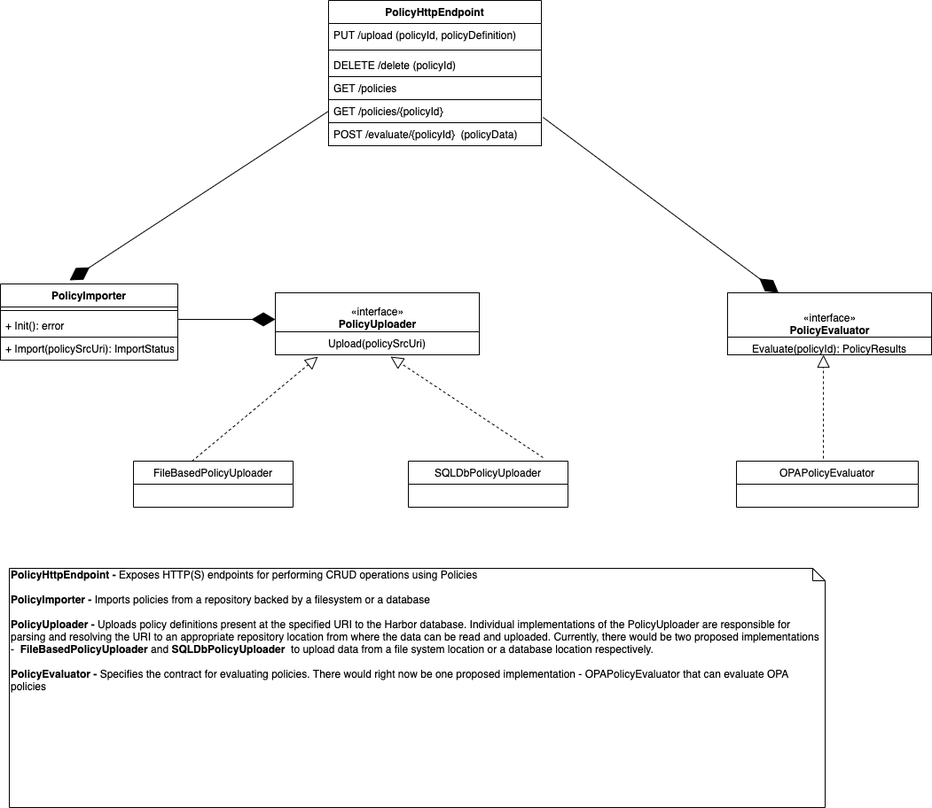
Above: proposals/images/opaintegration/Harbor_Policy_Agent_Detailed_View.png in goharbor/community (draw.io), before the change. Source tidied: cells renumbered, new cells last; positions are measured from the earlier drawing's top-left corner, leaving out a move shared by most shapes. Source of this version:
```xml
<mxGraphModel>
  <root>
    <mxCell id="0" />
    <mxCell id="1" parent="0" />
    <mxCell id="2" value="«interface»&lt;br&gt;&lt;b&gt;PolicyUploader&lt;br&gt;&lt;br&gt;&lt;/b&gt;" style="html=1;" parent="1" vertex="1">
      <mxGeometry x="310" y="330" width="230" height="70" as="geometry" />
    </mxCell>
    <mxCell id="3" value="FileBasedPolicyUploader" style="swimlane;fontStyle=0;horizontal=1;startSize=26;fillColor=none;" parent="1" vertex="1">
      <mxGeometry x="150" y="520" width="180" height="52" as="geometry" />
    </mxCell>
    <mxCell id="4" value="SQLDbPolicyUploader" style="swimlane;fontStyle=0;horizontal=1;startSize=26;fillColor=none;" parent="1" vertex="1">
      <mxGeometry x="460" y="520" width="180" height="52" as="geometry" />
    </mxCell>
    <mxCell id="5" value="Upload(policySrcUri)" style="text;strokeColor=#000000;fillColor=none;align=center;verticalAlign=top;spacingLeft=4;spacingRight=4;overflow=hidden;points=[[0,0.5],[1,0.5]];portConstraint=eastwest;" parent="1" vertex="1">
      <mxGeometry x="310" y="374" width="230" height="26" as="geometry" />
    </mxCell>
    <mxCell id="6" style="endArrow=block;dashed=1;endFill=0;endSize=12;html=1;exitX=0.367;exitY=0;exitDx=0;exitDy=0;exitPerimeter=0;entryX=0.209;entryY=1.077;entryDx=0;entryDy=0;entryPerimeter=0;" parent="1" edge="1" source="3" target="5">
      <mxGeometry relative="1" as="geometry" />
    </mxCell>
    <mxCell id="7" style="endArrow=block;dashed=1;endFill=0;endSize=12;html=1;exitX=0.844;exitY=-0.077;exitDx=0;exitDy=0;exitPerimeter=0;" parent="1" edge="1" source="4">
      <mxGeometry relative="1" as="geometry">
        <mxPoint x="440" y="402" as="targetPoint" />
      </mxGeometry>
    </mxCell>
    <mxCell id="8" style="group;" parent="1" vertex="1">
      <mxGeometry y="320" width="200" height="112" as="geometry" />
    </mxCell>
    <mxCell id="9" value="PolicyImporter" style="swimlane;fontStyle=1;align=center;verticalAlign=top;horizontal=1;startSize=26;strokeColor=#000000;" parent="8" vertex="1">
      <mxGeometry width="200" height="86" as="geometry" />
    </mxCell>
    <mxCell id="10" style="line;strokeWidth=1;fillColor=none;align=left;verticalAlign=middle;spacingTop=-1;spacingLeft=3;spacingRight=3;labelPosition=right;" parent="9" vertex="1">
      <mxGeometry y="26" width="200" height="8" as="geometry" />
    </mxCell>
    <mxCell id="11" value="+ Init(): error" style="text;strokeColor=none;fillColor=none;align=left;verticalAlign=top;spacingLeft=4;spacingRight=4;overflow=hidden;" parent="9" vertex="1">
      <mxGeometry y="34" width="200" height="26" as="geometry" />
    </mxCell>
    <mxCell id="12" value="+ Import(policySrcUri): ImportStatus, error" style="text;strokeColor=#000000;fillColor=none;align=left;verticalAlign=top;spacingLeft=4;spacingRight=4;overflow=hidden;" parent="9" vertex="1">
      <mxGeometry y="60" width="200" height="26" as="geometry" />
    </mxCell>
    <mxCell id="13" style="endArrow=diamondThin;endFill=1;endSize=24;html=1;" parent="1" edge="1">
      <mxGeometry relative="1" as="geometry">
        <mxPoint x="200" y="360" as="sourcePoint" />
        <mxPoint x="310" y="360" as="targetPoint" />
      </mxGeometry>
    </mxCell>
    <mxCell id="14" style="group;" parent="1" vertex="1">
      <mxGeometry x="370" width="240" height="164" as="geometry" />
    </mxCell>
    <mxCell id="15" style="group;" parent="14" vertex="1">
      <mxGeometry width="240" height="164" as="geometry" />
    </mxCell>
    <mxCell id="16" value="PolicyHttpEndpoint" style="swimlane;fontStyle=1;align=center;verticalAlign=top;horizontal=1;startSize=26;strokeColor=#000000;" parent="15" vertex="1">
      <mxGeometry width="240" height="86" as="geometry" />
    </mxCell>
    <mxCell id="17" value="PUT /upload (policyId, policyDefinition)" style="text;strokeColor=none;fillColor=none;align=left;verticalAlign=top;spacingLeft=4;spacingRight=4;overflow=hidden;" parent="16" vertex="1">
      <mxGeometry y="26" width="240" height="26" as="geometry" />
    </mxCell>
    <mxCell id="18" style="line;strokeWidth=1;fillColor=none;align=left;verticalAlign=middle;spacingTop=-1;spacingLeft=3;spacingRight=3;labelPosition=right;" parent="16" vertex="1">
      <mxGeometry y="52" width="240" height="8" as="geometry" />
    </mxCell>
    <mxCell id="19" value="DELETE /delete (policyId)" style="text;strokeColor=none;fillColor=none;align=left;verticalAlign=top;spacingLeft=4;spacingRight=4;overflow=hidden;" parent="16" vertex="1">
      <mxGeometry y="60" width="240" height="26" as="geometry" />
    </mxCell>
    <mxCell id="20" value="GET /policies" style="text;strokeColor=#000000;fillColor=none;align=left;verticalAlign=top;spacingLeft=4;spacingRight=4;overflow=hidden;" parent="15" vertex="1">
      <mxGeometry y="86" width="240" height="26" as="geometry" />
    </mxCell>
    <mxCell id="21" value="GET /policies/{policyId}" style="text;strokeColor=#000000;fillColor=none;align=left;verticalAlign=top;spacingLeft=4;spacingRight=4;overflow=hidden;points=[[0,0.5],[1,0.5]];portConstraint=eastwest;" parent="15" vertex="1">
      <mxGeometry y="112" width="240" height="26" as="geometry" />
    </mxCell>
    <mxCell id="22" value="POST /evaluate/{policyId}  (policyData)" style="text;strokeColor=#000000;fillColor=none;align=left;verticalAlign=top;spacingLeft=4;spacingRight=4;overflow=hidden;" parent="15" vertex="1">
      <mxGeometry y="138" width="240" height="26" as="geometry" />
    </mxCell>
    <mxCell id="23" value="OPAPolicyEvaluator" style="swimlane;fontStyle=0;horizontal=1;startSize=26;fillColor=none;" parent="1" vertex="1">
      <mxGeometry x="830" y="520" width="205" height="52" as="geometry" />
    </mxCell>
    <mxCell id="24" style="endArrow=block;dashed=1;endFill=0;endSize=12;html=1;entryX=0.47;entryY=1;entryDx=0;entryDy=0;entryPerimeter=0;" parent="1" edge="1" target="26">
      <mxGeometry relative="1" as="geometry">
        <mxPoint x="928" y="517" as="sourcePoint" />
      </mxGeometry>
    </mxCell>
    <mxCell id="25" style="group;" parent="1" vertex="1">
      <mxGeometry x="820" y="330" width="230" height="70" as="geometry" />
    </mxCell>
    <mxCell id="26" value="«interface»&lt;br&gt;&lt;b&gt;PolicyEvaluator&lt;/b&gt;" style="html=1;" parent="25" vertex="1">
      <mxGeometry width="230" height="70" as="geometry" />
    </mxCell>
    <mxCell id="27" value="Evaluate(policyId): PolicyResults" style="text;strokeColor=#000000;fillColor=none;align=center;verticalAlign=top;spacingLeft=4;spacingRight=4;overflow=hidden;" parent="25" vertex="1">
      <mxGeometry y="50" width="230" height="20" as="geometry" />
    </mxCell>
    <mxCell id="28" style="endArrow=diamondThin;endFill=1;endSize=24;html=1;entryX=0.25;entryY=0;entryDx=0;entryDy=0;exitX=1.008;exitY=0.769;exitDx=0;exitDy=0;exitPerimeter=0;" parent="1" edge="1" source="21" target="26">
      <mxGeometry relative="1" as="geometry" />
    </mxCell>
    <mxCell id="29" value="&lt;b&gt;PolicyHttpEndpoint - &lt;/b&gt;Exposes HTTP(S) endpoints for performing CRUD operations using Policies&lt;br&gt;&lt;br&gt;&lt;b&gt;PolicyImporter - &lt;/b&gt;Imports policies from a repository backed by a filesystem or a database&lt;br&gt;&lt;br&gt;&lt;b&gt;PolicyUploader - &lt;/b&gt;Uploads policy definitions present at the specified URI to the Harbor database. Individual implementations of the PolicyUploader are responsible for parsing and resolving the URI to an appropriate repository location from where the data can be read and uploaded. Currently, there would be two proposed implementations -&lt;b&gt;&amp;nbsp; FileBasedPolicyUploader &lt;/b&gt;and&lt;b&gt; SQLDbPolicyUploader&amp;nbsp;&lt;/b&gt;&amp;nbsp;to upload data from a file system location or a database location respectively.&lt;br&gt;&lt;br&gt;&lt;b&gt;PolicyEvaluator - &lt;/b&gt;Specifies the contract for evaluating policies. There would right now be one proposed implementation - OPAPolicyEvaluator that can evaluate OPA policies" style="shape=note;whiteSpace=wrap;html=1;size=14;verticalAlign=top;align=left;spacingTop=-6;strokeColor=#000000;" parent="1" vertex="1">
      <mxGeometry x="10" y="641" width="920" height="270" as="geometry" />
    </mxCell>
    <mxCell id="30" style="endArrow=diamondThin;endFill=1;endSize=24;html=1;entryX=0.39;entryY=-0.047;entryDx=0;entryDy=0;exitX=0;exitY=0.5;exitDx=0;exitDy=0;entryPerimeter=0;" parent="1" edge="1" source="21" target="9">
      <mxGeometry relative="1" as="geometry" />
    </mxCell>
  </root>
</mxGraphModel>
```
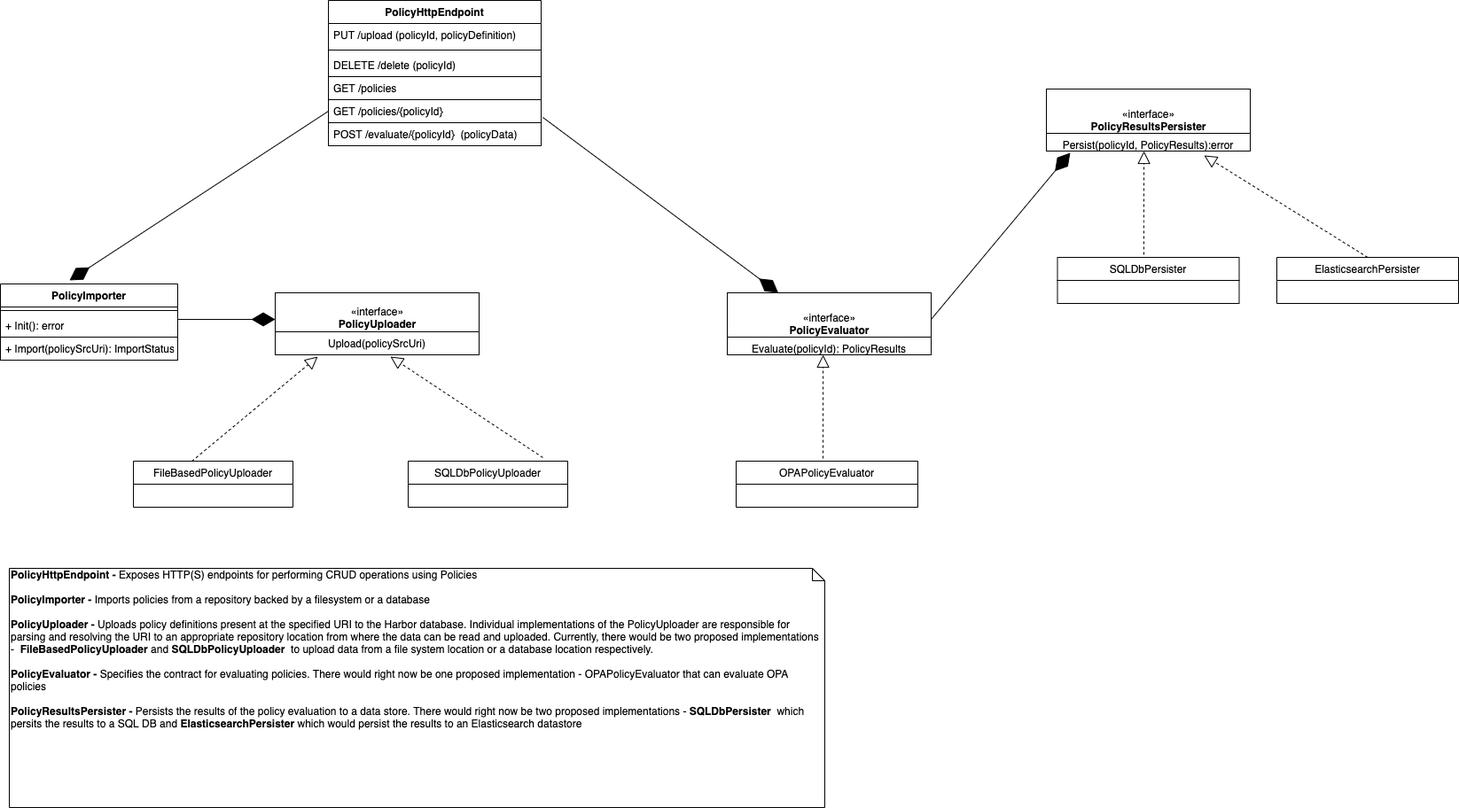
After the change.

Commit message:
Modifying low level component diagram and sequence diagram to also highlight the policy results persistence layers

The edit, as a diff of the source:
```diff
@@ -90,11 +90,43 @@
     <mxCell id="28" style="endArrow=diamondThin;endFill=1;endSize=24;html=1;entryX=0.25;entryY=0;entryDx=0;entryDy=0;exitX=1.008;exitY=0.769;exitDx=0;exitDy=0;exitPerimeter=0;" parent="1" edge="1" source="21" target="26">
       <mxGeometry relative="1" as="geometry" />
     </mxCell>
-    <mxCell id="29" value="&lt;b&gt;PolicyHttpEndpoint - &lt;/b&gt;Exposes HTTP(S) endpoints for performing CRUD operations using Policies&lt;br&gt;&lt;br&gt;&lt;b&gt;PolicyImporter - &lt;/b&gt;Imports policies from a repository backed by a filesystem or a database&lt;br&gt;&lt;br&gt;&lt;b&gt;PolicyUploader - &lt;/b&gt;Uploads policy definitions present at the specified URI to the Harbor database. Individual implementations of the PolicyUploader are responsible for parsing and resolving the URI to an appropriate repository location from where the data can be read and uploaded. Currently, there would be two proposed implementations -&lt;b&gt;&amp;nbsp; FileBasedPolicyUploader &lt;/b&gt;and&lt;b&gt; SQLDbPolicyUploader&amp;nbsp;&lt;/b&gt;&amp;nbsp;to upload data from a file system location or a database location respectively.&lt;br&gt;&lt;br&gt;&lt;b&gt;PolicyEvaluator - &lt;/b&gt;Specifies the contract for evaluating policies. There would right now be one proposed implementation - OPAPolicyEvaluator that can evaluate OPA policies" style="shape=note;whiteSpace=wrap;html=1;size=14;verticalAlign=top;align=left;spacingTop=-6;strokeColor=#000000;" parent="1" vertex="1">
+    <mxCell id="29" value="&lt;b&gt;PolicyHttpEndpoint - &lt;/b&gt;Exposes HTTP(S) endpoints for performing CRUD operations using Policies&lt;br&gt;&lt;br&gt;&lt;b&gt;PolicyImporter - &lt;/b&gt;Imports policies from a repository backed by a filesystem or a database&lt;br&gt;&lt;br&gt;&lt;b&gt;PolicyUploader - &lt;/b&gt;Uploads policy definitions present at the specified URI to the Harbor database. Individual implementations of the PolicyUploader are responsible for parsing and resolving the URI to an appropriate repository location from where the data can be read and uploaded. Currently, there would be two proposed implementations -&lt;b&gt;&amp;nbsp; FileBasedPolicyUploader &lt;/b&gt;and&lt;b&gt; SQLDbPolicyUploader&amp;nbsp;&lt;/b&gt;&amp;nbsp;to upload data from a file system location or a database location respectively.&lt;br&gt;&lt;br&gt;&lt;b&gt;PolicyEvaluator - &lt;/b&gt;Specifies the contract for evaluating policies. There would right now be one proposed implementation - OPAPolicyEvaluator that can evaluate OPA policies&lt;br&gt;&lt;br&gt;&lt;b&gt;PolicyResultsPersister - &lt;/b&gt;Persists the results of the policy evaluation to a data store. There would right now be two proposed implementations - &lt;b&gt;SQLDbPersister&amp;nbsp;&lt;/b&gt;&amp;nbsp;which persits the results to a SQL DB and &lt;b&gt;ElasticsearchPersister&lt;/b&gt;&amp;nbsp;which would persist the results to an Elasticsearch datastore" style="shape=note;whiteSpace=wrap;html=1;size=14;verticalAlign=top;align=left;spacingTop=-6;strokeColor=#000000;" parent="1" vertex="1">
       <mxGeometry x="10" y="641" width="920" height="270" as="geometry" />
     </mxCell>
     <mxCell id="30" style="endArrow=diamondThin;endFill=1;endSize=24;html=1;entryX=0.39;entryY=-0.047;entryDx=0;entryDy=0;exitX=0;exitY=0.5;exitDx=0;exitDy=0;entryPerimeter=0;" parent="1" edge="1" source="21" target="9">
       <mxGeometry relative="1" as="geometry" />
     </mxCell>
+    <mxCell id="31" style="group;" parent="1" vertex="1">
+      <mxGeometry x="1180" y="100" width="230" height="70" as="geometry" />
+    </mxCell>
+    <mxCell id="32" value="«interface»&lt;br&gt;&lt;b&gt;PolicyResultsPersister&lt;/b&gt;" style="html=1;" parent="31" vertex="1">
+      <mxGeometry width="230" height="70" as="geometry" />
+    </mxCell>
+    <mxCell id="33" value="Persist(policyId, PolicyResults):error" style="text;strokeColor=#000000;fillColor=none;align=center;verticalAlign=top;spacingLeft=4;spacingRight=4;overflow=hidden;points=[[0,0.5],[1,0.5]];portConstraint=eastwest;" parent="31" vertex="1">
+      <mxGeometry y="50" width="230" height="20" as="geometry" />
+    </mxCell>
+    <mxCell id="34" value="SQLDbPersister" style="swimlane;fontStyle=0;horizontal=1;startSize=26;fillColor=none;" parent="1" vertex="1">
+      <mxGeometry x="1192.5" y="290" width="205" height="52" as="geometry" />
+    </mxCell>
+    <mxCell id="35" style="endArrow=block;dashed=1;endFill=0;endSize=12;html=1;entryX=0.47;entryY=1;entryDx=0;entryDy=0;entryPerimeter=0;" parent="1" edge="1">
+      <mxGeometry relative="1" as="geometry">
+        <mxPoint x="1290" y="287" as="sourcePoint" />
+        <mxPoint x="1290.1" y="170" as="targetPoint" />
+        <Array as="points">
+          <mxPoint x="1290" y="240" />
+        </Array>
+      </mxGeometry>
+    </mxCell>
+    <mxCell id="36" value="ElasticsearchPersister" style="swimlane;fontStyle=0;horizontal=1;startSize=26;fillColor=none;" parent="1" vertex="1">
+      <mxGeometry x="1440" y="290" width="205" height="52" as="geometry" />
+    </mxCell>
+    <mxCell id="37" style="endArrow=block;dashed=1;endFill=0;endSize=12;html=1;exitX=0.5;exitY=0;exitDx=0;exitDy=0;entryX=0.774;entryY=1.25;entryDx=0;entryDy=0;entryPerimeter=0;" parent="1" edge="1" source="36" target="33">
+      <mxGeometry relative="1" as="geometry" />
+    </mxCell>
+    <mxCell id="38" style="endArrow=diamondThin;endFill=1;endSize=24;html=1;entryX=0.117;entryY=1.1;entryDx=0;entryDy=0;entryPerimeter=0;" parent="1" edge="1" target="33">
+      <mxGeometry relative="1" as="geometry">
+        <mxPoint x="1050" y="360" as="sourcePoint" />
+      </mxGeometry>
+    </mxCell>
   </root>
 </mxGraphModel>
```
